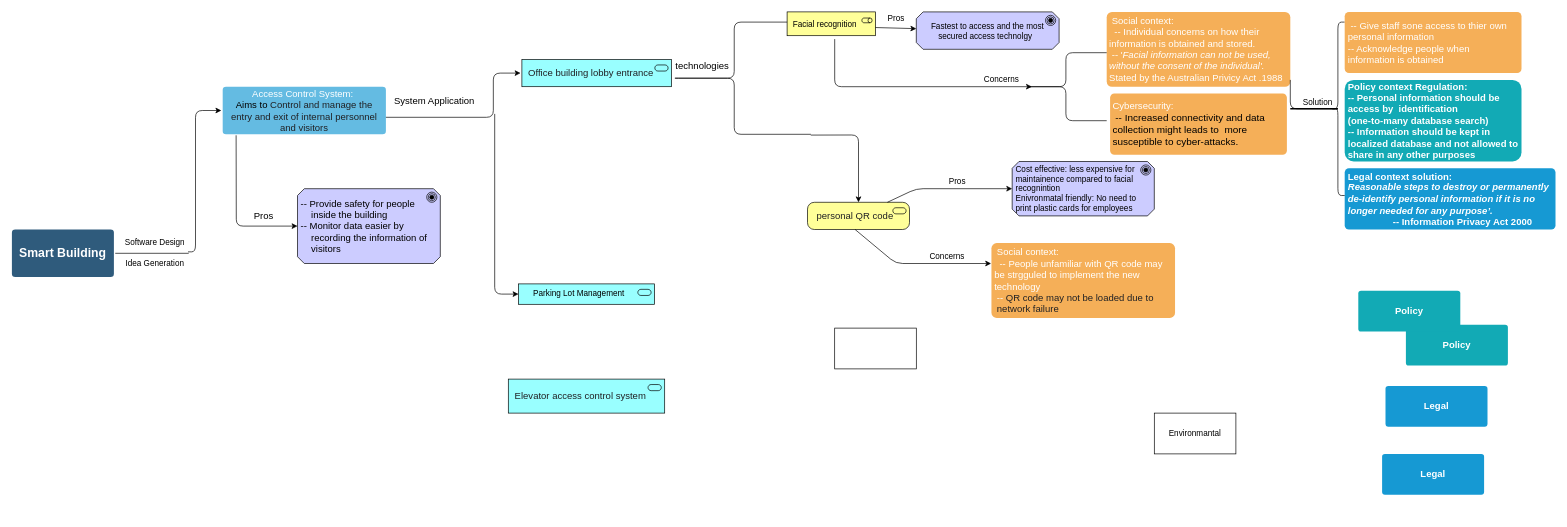
This is Untitled Diagram.drawio from Allen-W426/java-8-lambdas-exercises, a draw.io file, before an edit. Source tidied: cells renumbered, new cells numbered last; positions are measured from the earlier drawing's top-left corner, leaving out a move shared by most shapes. Both pictures are drawn from the tidied source at 68%, with x=0, y=0 at pixel (12, 12).
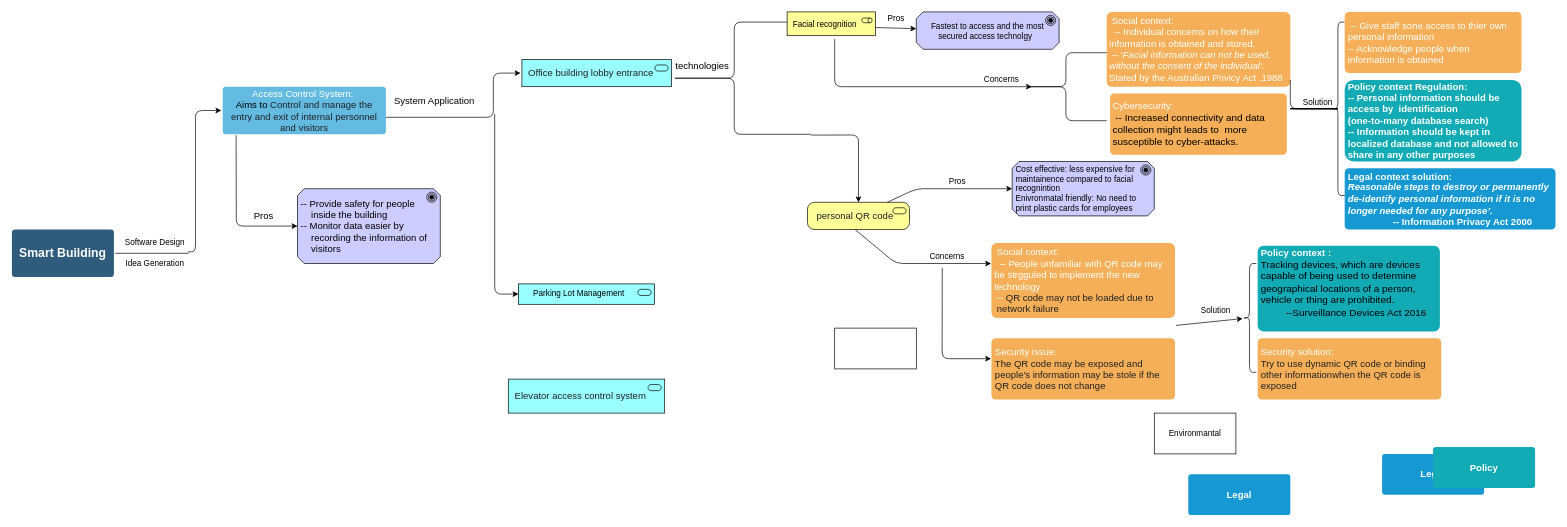
After the change.

The change refers to these unchanged cells:
```xml
<mxCell id="45" value="Concerns" style="text;html=1;align=center;verticalAlign=middle;points=[];" parent="1" vertex="1">
  <mxGeometry x="1340" y="350" width="70" height="20" as="geometry" />
</mxCell>
```

What changed in the source:
```diff
@@
     <mxCell id="6" value="Policy" style="rounded=1;whiteSpace=wrap;html=1;shadow=0;labelBackgroundColor=none;strokeColor=none;strokeWidth=3;fillColor=#12aab5;fontFamily=Helvetica;fontSize=14;fontColor=#FFFFFF;align=center;spacing=5;fontStyle=1;arcSize=7;perimeterSpacing=2;" parent="1" vertex="1">
-      <mxGeometry x="2050" y="460" width="150" height="60" as="geometry" />
+      <mxGeometry x="2090" y="640" width="150" height="60" as="geometry" />
     </mxCell>
@@
-    <mxCell id="46" value="Policy" style="rounded=1;whiteSpace=wrap;html=1;shadow=0;labelBackgroundColor=none;strokeColor=none;strokeWidth=3;fillColor=#12aab5;fontFamily=Helvetica;fontSize=14;fontColor=#FFFFFF;align=center;spacing=5;fontStyle=1;arcSize=7;perimeterSpacing=2;" parent="1" vertex="1">
-      <mxGeometry x="1980" y="410" width="150" height="60" as="geometry" />
+    <mxCell id="46" value="Policy context :&lt;br&gt;&lt;div&gt;&lt;span style=&quot;background-color: transparent ; color: rgb(0 , 0 , 0) ; font-family: &amp;#34;arial&amp;#34; ; font-size: 11pt ; font-weight: normal&quot;&gt;Tracking devices, which are devices capable of being used to determine geographical locations of a person, vehicle or thing are prohibited.&lt;/span&gt;&lt;/div&gt;&lt;span style=&quot;font-weight: normal&quot; id=&quot;docs-internal-guid-af035585-7fff-b4e9-70bb-cd1d4c109b5f&quot;&gt;&lt;span style=&quot;font-size: 11pt ; font-family: &amp;#34;arial&amp;#34; ; color: rgb(0 , 0 , 0) ; background-color: transparent ; vertical-align: baseline&quot;&gt;&amp;nbsp; &amp;nbsp; &amp;nbsp; &amp;nbsp; &amp;nbsp;--Surveillance Devices Act 2016&lt;/span&gt;&lt;/span&gt;&lt;div&gt;&lt;br&gt;&lt;/div&gt;" style="rounded=1;whiteSpace=wrap;html=1;shadow=0;labelBackgroundColor=none;strokeColor=none;strokeWidth=3;fillColor=#12aab5;fontFamily=Helvetica;fontSize=14;fontColor=#FFFFFF;align=left;spacing=5;fontStyle=1;arcSize=7;perimeterSpacing=2;" parent="1" vertex="1">
+      <mxGeometry x="1832" y="344" width="268" height="126" as="geometry" />
     </mxCell>
     <mxCell id="47" value="Legal" style="rounded=1;whiteSpace=wrap;html=1;shadow=0;labelBackgroundColor=none;strokeColor=none;strokeWidth=3;fillColor=#1699d3;fontFamily=Helvetica;fontSize=14;fontColor=#FFFFFF;align=center;spacing=5;fontStyle=1;arcSize=7;perimeterSpacing=2;" parent="1" vertex="1">
-      <mxGeometry x="2020" y="550" width="150" height="60" as="geometry" />
+      <mxGeometry x="1730" y="680" width="150" height="60" as="geometry" />
     </mxCell>
@@
+    <mxCell id="49" style="endArrow=classic;html=1;exitX=0.402;exitY=1.317;exitDx=0;exitDy=0;exitPerimeter=0;" parent="1" edge="1" source="45">
+      <mxGeometry relative="1" as="geometry">
+        <mxPoint x="1440" y="510" as="targetPoint" />
+        <Array as="points">
+          <mxPoint x="1368" y="510" />
+        </Array>
+      </mxGeometry>
+    </mxCell>
+    <mxCell id="50" value="&lt;div&gt;Security issue:&lt;/div&gt;&lt;span style=&quot;color: rgb(32 , 33 , 36) ; font-family: &amp;#34;arial&amp;#34; , sans-serif&quot;&gt;&lt;font style=&quot;font-size: 14px&quot;&gt;The QR code may be exposed and people's information may be stole if the QR code does not change&lt;/font&gt;&lt;/span&gt;" style="rounded=1;whiteSpace=wrap;html=1;shadow=0;labelBackgroundColor=none;strokeColor=none;strokeWidth=3;fillColor=#f5af58;fontFamily=Helvetica;fontSize=14;fontColor=#FFFFFF;align=left;spacing=5;arcSize=7;perimeterSpacing=2;" parent="1" vertex="1">
+      <mxGeometry x="1440.5" y="480" width="270" height="90" as="geometry" />
+    </mxCell>
+    <mxCell id="51" style="endArrow=classic;html=1;" parent="1" edge="1" target="53">
+      <mxGeometry relative="1" as="geometry">
+        <mxPoint x="1712" y="461" as="sourcePoint" />
+      </mxGeometry>
+    </mxCell>
+    <mxCell id="52" value="Solution" style="text;html=1;align=center;verticalAlign=middle;" parent="1" vertex="1">
+      <mxGeometry x="1740" y="430" width="60" height="20" as="geometry" />
+    </mxCell>
+    <mxCell id="53" style="shape=curlyBracket;whiteSpace=wrap;html=1;rounded=1;size=0.5;" parent="1" vertex="1">
+      <mxGeometry x="1810" y="370" width="20" height="160" as="geometry" />
+    </mxCell>
+    <mxCell id="54" value="&lt;div&gt;Security solution:&lt;/div&gt;&lt;font color=&quot;#202124&quot; face=&quot;arial, sans-serif&quot;&gt;Try to use dynamic QR code or b&lt;/font&gt;&lt;span style=&quot;color: rgb(32 , 33 , 36) ; font-family: inherit&quot;&gt;&lt;font style=&quot;font-size: 14px&quot;&gt;inding other information&lt;/font&gt;&lt;/span&gt;&lt;span style=&quot;color: rgb(32 , 33 , 36) ; font-family: &amp;#34;arial&amp;#34; , sans-serif&quot;&gt;when the QR code is exposed&amp;nbsp;&lt;/span&gt;" style="rounded=1;whiteSpace=wrap;html=1;shadow=0;labelBackgroundColor=none;strokeColor=none;strokeWidth=3;fillColor=#f5af58;fontFamily=Helvetica;fontSize=14;fontColor=#FFFFFF;align=left;spacing=5;arcSize=7;perimeterSpacing=2;" parent="1" vertex="1">
+      <mxGeometry x="1832" y="480" width="270" height="90" as="geometry" />
+    </mxCell>
```
